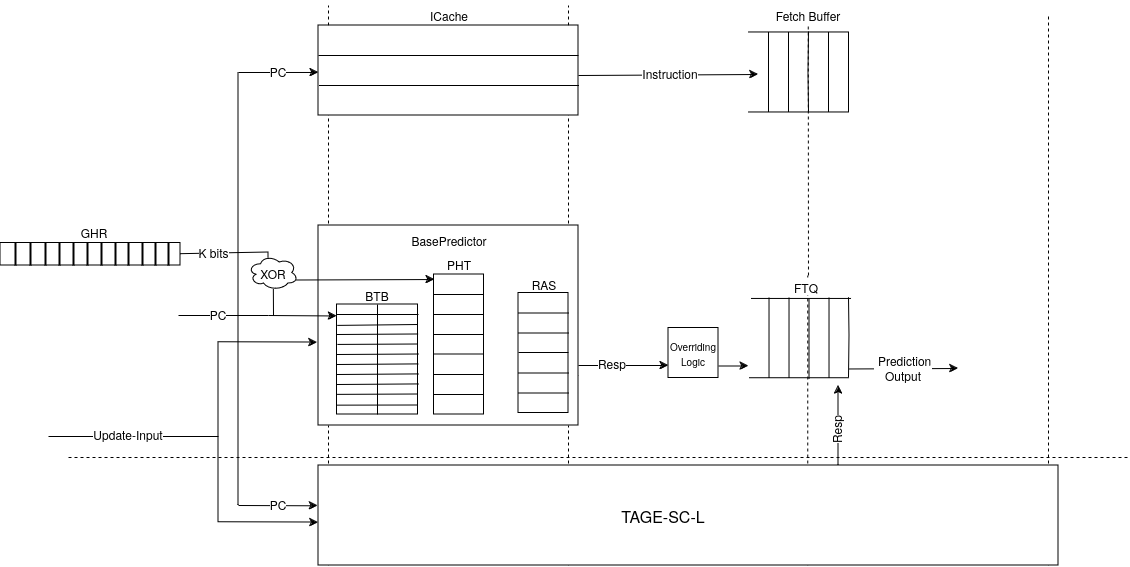
This is docs/bpu_design_document/media/bpu_uarch.png from riscv-software-src/riscv-perf-model, a draw.io export, as it was before one commit. Source tidied: cells renumbered, new cells last; positions are measured from the earlier drawing's top-left corner, leaving out a move shared by most shapes.
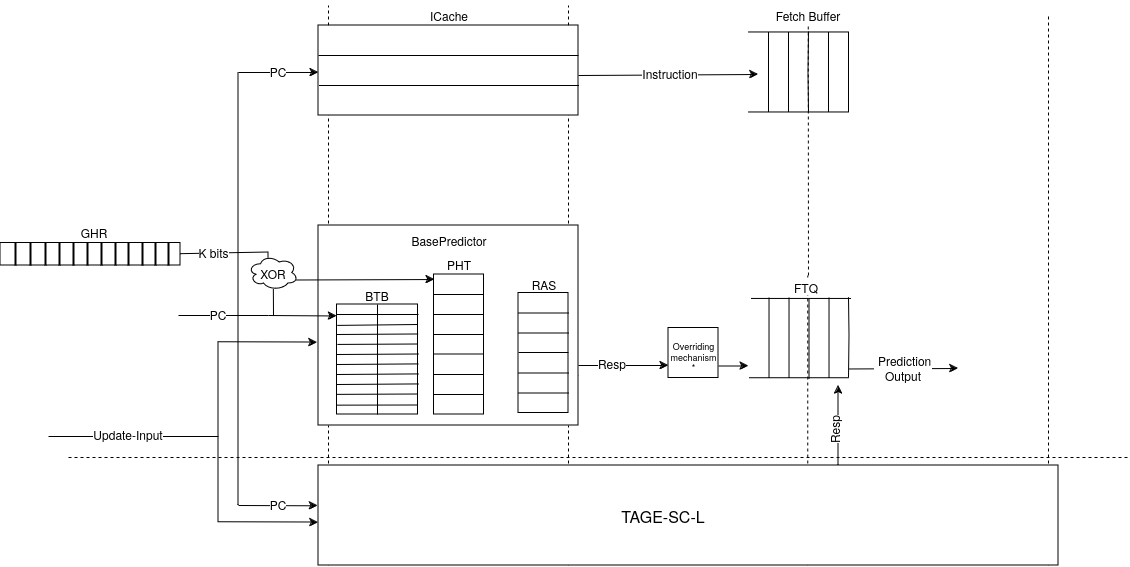
The same file after the commit.

What changed in the source:
```diff
@@ -276,7 +276,7 @@
       <mxGeometry x="735.5" y="271.8" width="140.5" height="30" as="geometry" />
     </mxCell>
     <mxCell id="50" value="&lt;div&gt;Resp&lt;/div&gt;" style="text;html=1;align=center;verticalAlign=middle;whiteSpace=wrap;rounded=0;rotation=270;labelBackgroundColor=default;" parent="1" vertex="1">
-      <mxGeometry x="806" y="414" width="60" height="30" as="geometry" />
+      <mxGeometry x="804" y="414" width="60" height="30" as="geometry" />
     </mxCell>
     <mxCell id="51" style="rounded=0;whiteSpace=wrap;html=1;" parent="1" vertex="1">
       <mxGeometry x="318" y="465" width="740" height="100" as="geometry" />
@@ -525,8 +525,8 @@
     <mxCell id="105" style="rounded=0;whiteSpace=wrap;html=1;" parent="1" vertex="1">
       <mxGeometry x="668" y="327.5" width="50" height="50" as="geometry" />
     </mxCell>
-    <mxCell id="106" value="&lt;font style=&quot;font-size: 10px;&quot;&gt;Overriding Logic&lt;/font&gt;" style="text;html=1;align=center;verticalAlign=middle;whiteSpace=wrap;rounded=0;" parent="1" vertex="1">
-      <mxGeometry x="663" y="337.5" width="60" height="30" as="geometry" />
+    <mxCell id="106" value="&lt;font&gt;Overriding mechanism *&lt;br&gt;&lt;/font&gt;" style="text;html=1;align=center;verticalAlign=middle;whiteSpace=wrap;rounded=0;fontSize=9;" parent="1" vertex="1">
+      <mxGeometry x="691" y="341" width="5" height="30" as="geometry" />
     </mxCell>
     <mxCell id="107" value="K bits" style="text;html=1;align=center;verticalAlign=middle;whiteSpace=wrap;rounded=0;labelBackgroundColor=default;" parent="1" vertex="1">
       <mxGeometry x="190" y="242" width="47" height="20" as="geometry" />
```
